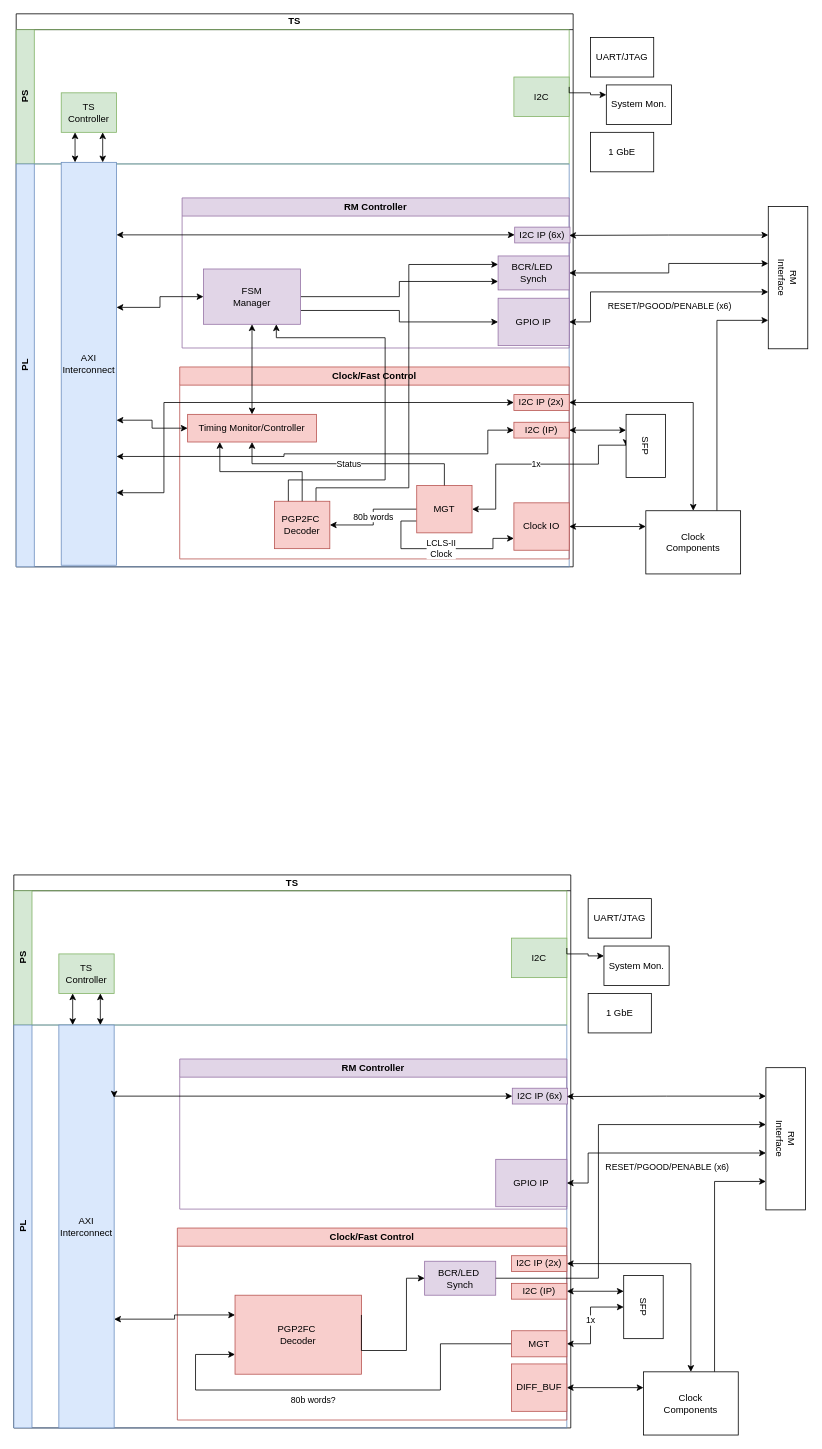
Before: zCCM_firmware.drawio in awhitbeck/drawio, a draw.io diagram. Source tidied: cells renumbered, new cells numbered last; positions are measured from the earlier drawing's top-left corner, leaving out a move shared by most shapes. Both pictures are drawn from the tidied source at 79%, with x=0, y=0 at pixel (13, 13).
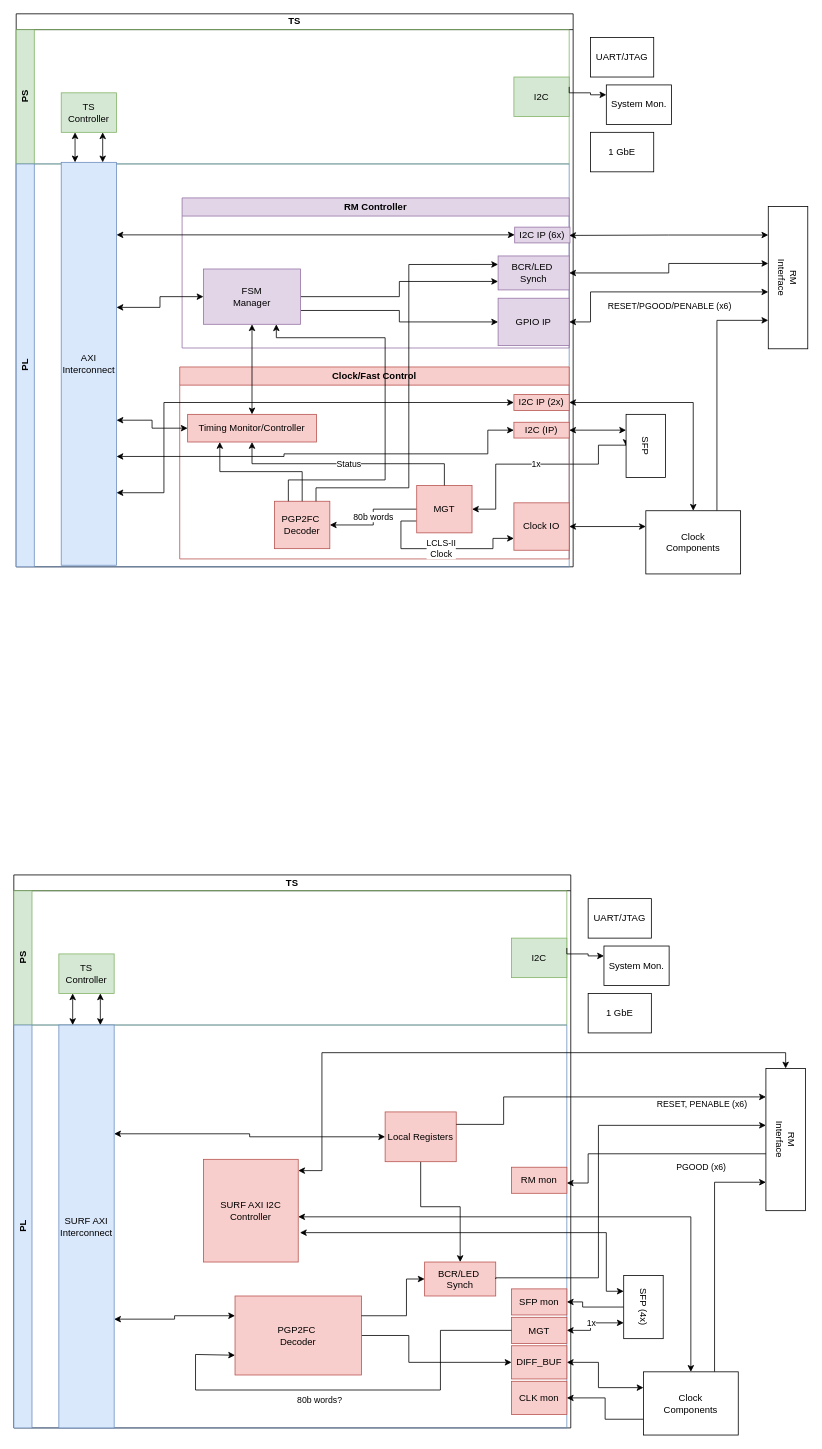
Above is the later version.

The change refers to these unchanged cells:
```xml
<mxCell id="55" value="PL" style="swimlane;horizontal=0;whiteSpace=wrap;html=1;startSize=23;fillColor=#dae8fc;strokeColor=#6c8ebf;" parent="51" vertex="1">
  <mxGeometry y="190" width="700" height="510" as="geometry" />
</mxCell>
<mxCell id="72" value="Clock&lt;br&gt;Components" style="rounded=0;whiteSpace=wrap;html=1;rotation=0;" parent="1" vertex="1">
  <mxGeometry x="797" y="1719" width="120" height="80" as="geometry" />
</mxCell>
```

The edit, as a diff of the source:
```diff
@@
-    <mxCell id="56" value="AXI&lt;br&gt;Interconnect" style="rounded=0;whiteSpace=wrap;html=1;points=[[0,0,0,0,0],[0,0.25,0,0,0],[0,0.5,0,0,0],[0,0.75,0,0,0],[0,1,0,0,0],[0.25,0,0,0,0],[0.25,1,0,0,0],[0.5,0,0,0,0],[0.5,1,0,0,0],[0.75,0,0,0,0],[0.75,1,0,0,0],[1,0,0,0,0],[1,0.09,0,0,0],[1,0.18,0,0,0],[1,0.27,0,0,0],[1,0.36,0,0,0],[1,0.45,0,0,0],[1,0.55,0,0,0],[1,0.64,0,0,0],[1,0.73,0,0,0],[1,0.82,0,0,0],[1,0.91,0,0,0],[1,1,0,0,0]];fillColor=#dae8fc;strokeColor=#6c8ebf;" parent="55" vertex="1">
+    <mxCell id="56" value="SURF AXI&lt;br&gt;Interconnect" style="rounded=0;whiteSpace=wrap;html=1;points=[[0,0,0,0,0],[0,0.25,0,0,0],[0,0.5,0,0,0],[0,0.75,0,0,0],[0,1,0,0,0],[0.25,0,0,0,0],[0.25,1,0,0,0],[0.5,0,0,0,0],[0.5,1,0,0,0],[0.75,0,0,0,0],[0.75,1,0,0,0],[1,0,0,0,0],[1,0.09,0,0,0],[1,0.18,0,0,0],[1,0.27,0,0,0],[1,0.36,0,0,0],[1,0.45,0,0,0],[1,0.55,0,0,0],[1,0.64,0,0,0],[1,0.73,0,0,0],[1,0.82,0,0,0],[1,0.91,0,0,0],[1,1,0,0,0]];fillColor=#dae8fc;strokeColor=#6c8ebf;" parent="55" vertex="1">
       <mxGeometry x="57" width="70" height="510" as="geometry" />
     </mxCell>
-    <mxCell id="57" value="RM Controller" style="swimlane;whiteSpace=wrap;html=1;shadow=0;fillColor=#e1d5e7;strokeColor=#9673a6;" parent="55" vertex="1">
-      <mxGeometry x="210" y="43" width="490" height="190" as="geometry" />
-    </mxCell>
-    <mxCell id="58" value="I2C IP (6x)" style="rounded=0;whiteSpace=wrap;html=1;fillColor=#e1d5e7;strokeColor=#9673a6;" parent="57" vertex="1">
-      <mxGeometry x="421" y="37" width="70" height="20" as="geometry" />
-    </mxCell>
-    <mxCell id="59" value="GPIO IP" style="rounded=0;whiteSpace=wrap;html=1;fillColor=#e1d5e7;strokeColor=#9673a6;" parent="57" vertex="1">
-      <mxGeometry x="400" y="127" width="90" height="60" as="geometry" />
-    </mxCell>
-    <mxCell id="60" style="edgeStyle=orthogonalEdgeStyle;rounded=0;jettySize=auto;html=1;exitX=0;exitY=0.5;exitDx=0;exitDy=0;entryX=1;entryY=0.18;entryDx=0;entryDy=0;entryPerimeter=0;startArrow=classic;startFill=1;" parent="55" edge="1" source="58" target="56">
-      <mxGeometry relative="1" as="geometry">
-        <Array as="points">
-          <mxPoint x="127" y="90" />
-        </Array>
-      </mxGeometry>
-    </mxCell>
+    <mxCell id="88" style="edgeStyle=orthogonalEdgeStyle;rounded=0;jettySize=auto;html=1;exitX=1;exitY=0.5;exitDx=0;exitDy=0;entryX=0;entryY=0.5;entryDx=0;entryDy=0;" parent="55" edge="1" source="79" target="80">
+      <mxGeometry relative="1" as="geometry">
+        <Array as="points">
+          <mxPoint x="500" y="393" />
+          <mxPoint x="500" y="427" />
+        </Array>
+      </mxGeometry>
+    </mxCell>
+    <mxCell id="79" value="PGP2FC&amp;nbsp;&lt;br&gt;Decoder" style="rounded=0;whiteSpace=wrap;html=1;fillColor=#f8cecc;strokeColor=#b85450;" parent="55" vertex="1">
+      <mxGeometry x="280" y="343" width="160" height="100" as="geometry" />
+    </mxCell>
+    <mxCell id="82" value="BCR/LED&amp;nbsp;&lt;br&gt;Synch" style="rounded=0;whiteSpace=wrap;html=1;fillColor=#f8cecc;strokeColor=#b85450;" parent="55" vertex="1">
+      <mxGeometry x="520" y="300" width="90" height="43" as="geometry" />
+    </mxCell>
+    <mxCell id="89" value="SFP mon" style="rounded=0;whiteSpace=wrap;html=1;fillColor=#f8cecc;strokeColor=#b85450;" parent="55" vertex="1">
+      <mxGeometry x="630" y="334" width="70" height="33" as="geometry" />
+    </mxCell>
+    <mxCell id="77" value="MGT" style="rounded=0;whiteSpace=wrap;html=1;fillColor=#f8cecc;strokeColor=#b85450;" parent="55" vertex="1">
+      <mxGeometry x="630" y="370" width="70" height="33" as="geometry" />
+    </mxCell>
+    <mxCell id="80" value="DIFF_BUF" style="rounded=0;whiteSpace=wrap;html=1;fillColor=#f8cecc;strokeColor=#b85450;" parent="55" vertex="1">
+      <mxGeometry x="630" y="406" width="70" height="42" as="geometry" />
+    </mxCell>
+    <mxCell id="87" style="edgeStyle=orthogonalEdgeStyle;rounded=0;jettySize=auto;html=1;exitX=0;exitY=0.25;exitDx=0;exitDy=0;entryX=1;entryY=0.73;entryDx=0;entryDy=0;entryPerimeter=0;startArrow=classic;startFill=1;" parent="55" edge="1" source="79" target="56">
+      <mxGeometry relative="1" as="geometry" />
+    </mxCell>
+    <mxCell id="83" style="edgeStyle=orthogonalEdgeStyle;rounded=0;jettySize=auto;html=1;entryX=0;entryY=0.5;entryDx=0;entryDy=0;exitX=1;exitY=0.25;exitDx=0;exitDy=0;" parent="55" edge="1" source="79" target="82">
+      <mxGeometry relative="1" as="geometry">
+        <Array as="points">
+          <mxPoint x="497" y="368" />
+          <mxPoint x="497" y="322" />
+          <mxPoint x="520" y="322" />
+        </Array>
+      </mxGeometry>
+    </mxCell>
+    <mxCell id="76" value="80b words?" style="edgeStyle=orthogonalEdgeStyle;rounded=0;jettySize=auto;html=1;exitX=0;exitY=0.5;exitDx=0;exitDy=0;entryX=0;entryY=0.75;entryDx=0;entryDy=0;" parent="55" edge="1" source="77" target="79">
+      <mxGeometry x="0.12" y="13" relative="1" as="geometry">
+        <Array as="points">
+          <mxPoint x="540" y="386" />
+          <mxPoint x="540" y="462" />
+          <mxPoint x="230" y="462" />
+          <mxPoint x="230" y="417" />
+          <mxPoint x="280" y="417" />
+        </Array>
+      </mxGeometry>
+    </mxCell>
+    <mxCell id="90" value="RM mon" style="rounded=0;whiteSpace=wrap;html=1;fillColor=#f8cecc;strokeColor=#b85450;" parent="55" vertex="1">
+      <mxGeometry x="630" y="180" width="70" height="33" as="geometry" />
+    </mxCell>
+    <mxCell id="91" style="edgeStyle=orthogonalEdgeStyle;rounded=0;jettySize=auto;html=1;exitX=0.5;exitY=1;exitDx=0;exitDy=0;entryX=0.5;entryY=0;entryDx=0;entryDy=0;" parent="55" edge="1" source="92" target="82">
+      <mxGeometry relative="1" as="geometry">
+        <Array as="points">
+          <mxPoint x="515" y="230" />
+          <mxPoint x="565" y="230" />
+        </Array>
+      </mxGeometry>
+    </mxCell>
+    <mxCell id="92" value="Local Registers" style="rounded=0;whiteSpace=wrap;html=1;fillColor=#f8cecc;strokeColor=#b85450;" parent="55" vertex="1">
+      <mxGeometry x="470" y="110" width="90" height="63" as="geometry" />
+    </mxCell>
+    <mxCell id="93" style="edgeStyle=orthogonalEdgeStyle;rounded=0;jettySize=auto;html=1;exitX=0;exitY=0.5;exitDx=0;exitDy=0;entryX=1;entryY=0.27;entryDx=0;entryDy=0;entryPerimeter=0;startArrow=classic;startFill=1;" parent="55" edge="1" source="92" target="56">
+      <mxGeometry relative="1" as="geometry" />
+    </mxCell>
+    <mxCell id="94" value="CLK mon" style="rounded=0;whiteSpace=wrap;html=1;fillColor=#f8cecc;strokeColor=#b85450;" parent="55" vertex="1">
+      <mxGeometry x="630" y="451" width="70" height="42" as="geometry" />
+    </mxCell>
+    <mxCell id="95" value="SURF AXI I2C &lt;br&gt;Controller" style="rounded=0;whiteSpace=wrap;html=1;fillColor=#f8cecc;strokeColor=#b85450;points=[[0,0,0,0,0],[0,0.25,0,0,0],[0,0.5,0,0,0],[0,0.75,0,0,0],[0,1,0,0,0],[0.25,0,0,0,0],[0.25,1,0,0,0],[0.5,0,0,0,0],[0.5,1,0,0,0],[0.75,0,0,0,0],[0.75,1,0,0,0],[1,0,0,0,0],[1,0.11,0,0,0],[1,0.22,0,0,0],[1,0.33,0,0,0],[1,0.44,0,0,0],[1,0.56,0,0,0],[1,0.67,0,0,0],[1,0.78,0,0,0],[1,0.89,0,0,0],[1,1,0,0,0]];" parent="55" vertex="1">
+      <mxGeometry x="240" y="170" width="120" height="130" as="geometry" />
+    </mxCell>
@@
-    <mxCell id="63" style="edgeStyle=orthogonalEdgeStyle;rounded=0;jettySize=auto;html=1;exitX=0.2;exitY=1;exitDx=0;exitDy=0;exitPerimeter=0;entryX=1;entryY=0.25;entryDx=0;entryDy=0;startArrow=classic;startFill=1;" parent="1" edge="1" source="64" target="57">
-      <mxGeometry relative="1" as="geometry" />
+    <mxCell id="63" style="edgeStyle=orthogonalEdgeStyle;rounded=0;jettySize=auto;html=1;exitX=0;exitY=0.5;exitDx=0;exitDy=0;exitPerimeter=0;entryX=1;entryY=0.11;entryDx=0;entryDy=0;startArrow=classic;startFill=1;entryPerimeter=0;" parent="1" edge="1" source="64" target="95">
+      <mxGeometry relative="1" as="geometry">
+        <Array as="points">
+          <mxPoint x="977" y="1315" />
+          <mxPoint x="390" y="1315" />
+          <mxPoint x="390" y="1464" />
+        </Array>
+      </mxGeometry>
     </mxCell>
     <mxCell id="64" value="RM&lt;br&gt;Interface" style="rounded=0;whiteSpace=wrap;html=1;rotation=90;points=[[0,0,0,0,0],[0,0.2,0,0,0],[0,0.25,0,0,0],[0,0.4,0,0,0],[0,0.5,0,0,0],[0,0.6,0,0,0],[0,0.75,0,0,0],[0,0.8,0,0,0],[0,1,0,0,0],[0.2,1,0,0,0],[0.25,0,0,0,0],[0.4,1,0,0,0],[0.5,0,0,0,0],[0.6,1,0,0,0],[0.75,0,0,0,0],[0.8,1,0,0,0],[1,0,0,0,0],[1,0.25,0,0,0],[1,0.5,0,0,0],[1,0.75,0,0,0],[1,1,0,0,0]];" parent="1" vertex="1">
-      <mxGeometry x="887" y="1399" width="180" height="50" as="geometry" />
+      <mxGeometry x="887" y="1400" width="180" height="50" as="geometry" />
     </mxCell>
-    <mxCell id="65" value="1x" style="edgeStyle=orthogonalEdgeStyle;rounded=0;jettySize=auto;html=1;exitX=0.5;exitY=1;exitDx=0;exitDy=0;entryX=1;entryY=0.5;entryDx=0;entryDy=0;startArrow=classic;startFill=1;" parent="1" edge="1" source="67" target="77">
+    <mxCell id="65" value="1x" style="edgeStyle=orthogonalEdgeStyle;rounded=0;jettySize=auto;html=1;exitX=0.75;exitY=1;exitDx=0;exitDy=0;entryX=1;entryY=0.5;entryDx=0;entryDy=0;startArrow=classic;startFill=1;" parent="1" edge="1" source="67" target="77">
       <mxGeometry relative="1" as="geometry">
         <Array as="points">
-          <mxPoint x="730" y="1637" />
-          <mxPoint x="730" y="1683" />
+          <mxPoint x="730" y="1657" />
+          <mxPoint x="730" y="1667" />
+          <mxPoint x="700" y="1667" />
         </Array>
       </mxGeometry>
     </mxCell>
-    <mxCell id="66" style="edgeStyle=orthogonalEdgeStyle;rounded=0;jettySize=auto;html=1;exitX=0.25;exitY=1;exitDx=0;exitDy=0;entryX=1;entryY=0.5;entryDx=0;entryDy=0;startArrow=classic;startFill=1;" parent="1" edge="1" source="67" target="78">
-      <mxGeometry relative="1" as="geometry" />
+    <mxCell id="66" style="edgeStyle=orthogonalEdgeStyle;rounded=0;jettySize=auto;html=1;exitX=0.25;exitY=1;exitDx=0;exitDy=0;entryX=1.018;entryY=0.714;entryDx=0;entryDy=0;startArrow=classic;startFill=1;entryPerimeter=0;" parent="1" edge="1" source="67" target="95">
+      <mxGeometry relative="1" as="geometry">
+        <Array as="points">
+          <mxPoint x="750" y="1617" />
+          <mxPoint x="750" y="1543" />
+        </Array>
+      </mxGeometry>
     </mxCell>
+    <mxCell id="96" style="edgeStyle=orthogonalEdgeStyle;rounded=0;jettySize=auto;html=1;exitX=0.5;exitY=1;exitDx=0;exitDy=0;entryX=1;entryY=0.5;entryDx=0;entryDy=0;" parent="1" edge="1" source="67" target="89">
+      <mxGeometry relative="1" as="geometry">
+        <Array as="points">
+          <mxPoint x="720" y="1637" />
+          <mxPoint x="720" y="1630" />
+          <mxPoint x="700" y="1630" />
+        </Array>
+      </mxGeometry>
+    </mxCell>
-    <mxCell id="67" value="SFP" style="rounded=0;whiteSpace=wrap;html=1;rotation=90;" parent="1" vertex="1">
+    <mxCell id="67" value="SFP (4x)" style="rounded=0;whiteSpace=wrap;html=1;rotation=90;" parent="1" vertex="1">
       <mxGeometry x="757" y="1612" width="80" height="50" as="geometry" />
     </mxCell>
@@
-    <mxCell id="69" style="edgeStyle=orthogonalEdgeStyle;rounded=0;jettySize=auto;html=1;exitX=0.5;exitY=0;exitDx=0;exitDy=0;entryX=1;entryY=0.5;entryDx=0;entryDy=0;startArrow=classic;startFill=1;" parent="1" edge="1" source="72" target="81">
+    <mxCell id="69" style="edgeStyle=orthogonalEdgeStyle;rounded=0;jettySize=auto;html=1;exitX=0.5;exitY=0;exitDx=0;exitDy=0;entryX=1;entryY=0.56;entryDx=0;entryDy=0;startArrow=classic;startFill=1;entryPerimeter=0;" parent="1" edge="1" source="72" target="95">
       <mxGeometry relative="1" as="geometry">
         <Array as="points">
-          <mxPoint x="857" y="1582" />
+          <mxPoint x="857" y="1523" />
         </Array>
       </mxGeometry>
     </mxCell>
     <mxCell id="70" style="edgeStyle=orthogonalEdgeStyle;rounded=0;jettySize=auto;html=1;exitX=0;exitY=0.25;exitDx=0;exitDy=0;entryX=1;entryY=0.5;entryDx=0;entryDy=0;startArrow=classic;startFill=1;" parent="1" edge="1" source="72" target="80">
       <mxGeometry relative="1" as="geometry">
         <Array as="points">
-          <mxPoint x="797" y="1739" />
+          <mxPoint x="740" y="1739" />
+          <mxPoint x="740" y="1707" />
         </Array>
       </mxGeometry>
     </mxCell>
     <mxCell id="71" style="edgeStyle=orthogonalEdgeStyle;rounded=0;jettySize=auto;html=1;exitX=0.75;exitY=0;exitDx=0;exitDy=0;entryX=0.8;entryY=1;entryDx=0;entryDy=0;entryPerimeter=0;" parent="1" edge="1" source="72" target="64">
       <mxGeometry relative="1" as="geometry">
         <Array as="points">
-          <mxPoint x="887" y="1478" />
+          <mxPoint x="887" y="1479" />
         </Array>
       </mxGeometry>
     </mxCell>
+    <mxCell id="97" style="edgeStyle=orthogonalEdgeStyle;rounded=0;jettySize=auto;html=1;exitX=0;exitY=0.75;exitDx=0;exitDy=0;entryX=1;entryY=0.5;entryDx=0;entryDy=0;" parent="1" edge="1" source="72" target="94">
+      <mxGeometry relative="1" as="geometry" />
+    </mxCell>
@@
-    <mxCell id="75" value="Clock/Fast Control" style="swimlane;whiteSpace=wrap;html=1;fillColor=#f8cecc;strokeColor=#b85450;" parent="1" vertex="1">
-      <mxGeometry x="207" y="1537" width="493" height="243" as="geometry" />
-    </mxCell>
-    <mxCell id="76" value="80b words?" style="edgeStyle=orthogonalEdgeStyle;rounded=0;jettySize=auto;html=1;exitX=0;exitY=0.5;exitDx=0;exitDy=0;entryX=0;entryY=0.75;entryDx=0;entryDy=0;" parent="75" edge="1" source="77" target="79">
-      <mxGeometry x="0.12" y="13" relative="1" as="geometry">
-        <Array as="points">
-          <mxPoint x="333" y="147" />
-          <mxPoint x="333" y="205" />
-          <mxPoint x="23" y="205" />
-          <mxPoint x="23" y="160" />
-        </Array>
-      </mxGeometry>
-    </mxCell>
-    <mxCell id="77" value="MGT" style="rounded=0;whiteSpace=wrap;html=1;fillColor=#f8cecc;strokeColor=#b85450;" parent="75" vertex="1">
-      <mxGeometry x="423" y="130" width="70" height="33" as="geometry" />
-    </mxCell>
-    <mxCell id="78" value="I2C (IP)" style="rounded=0;whiteSpace=wrap;html=1;fillColor=#f8cecc;strokeColor=#b85450;" parent="75" vertex="1">
-      <mxGeometry x="423" y="70" width="70" height="20" as="geometry" />
-    </mxCell>
-    <mxCell id="79" value="PGP2FC&amp;nbsp;&lt;br&gt;Decoder" style="rounded=0;whiteSpace=wrap;html=1;fillColor=#f8cecc;strokeColor=#b85450;" parent="75" vertex="1">
-      <mxGeometry x="73" y="85" width="160" height="100" as="geometry" />
-    </mxCell>
-    <mxCell id="80" value="DIFF_BUF" style="rounded=0;whiteSpace=wrap;html=1;fillColor=#f8cecc;strokeColor=#b85450;" parent="75" vertex="1">
-      <mxGeometry x="423" y="172" width="70" height="60" as="geometry" />
-    </mxCell>
-    <mxCell id="81" value="I2C IP (2x)" style="rounded=0;whiteSpace=wrap;html=1;fillColor=#f8cecc;strokeColor=#b85450;" parent="75" vertex="1">
-      <mxGeometry x="423" y="35" width="70" height="20" as="geometry" />
-    </mxCell>
-    <mxCell id="82" value="BCR/LED&amp;nbsp;&lt;br&gt;Synch" style="rounded=0;whiteSpace=wrap;html=1;fillColor=#e1d5e7;strokeColor=#9673a6;" parent="75" vertex="1">
-      <mxGeometry x="313" y="42" width="90" height="43" as="geometry" />
-    </mxCell>
-    <mxCell id="83" style="edgeStyle=orthogonalEdgeStyle;rounded=0;jettySize=auto;html=1;entryX=0;entryY=0.5;entryDx=0;entryDy=0;exitX=1;exitY=0.25;exitDx=0;exitDy=0;" parent="75" edge="1" source="79" target="82">
-      <mxGeometry relative="1" as="geometry">
-        <Array as="points">
-          <mxPoint x="290" y="155" />
-          <mxPoint x="290" y="63" />
-          <mxPoint x="313" y="63" />
-        </Array>
-      </mxGeometry>
-    </mxCell>
@@
-    <mxCell id="85" value="RESET/PGOOD/PENABLE (x6)" style="edgeStyle=orthogonalEdgeStyle;rounded=0;jettySize=auto;html=1;exitX=1;exitY=0.5;exitDx=0;exitDy=0;entryX=0.6;entryY=1;entryDx=0;entryDy=0;startArrow=classic;startFill=1;entryPerimeter=0;" parent="1" edge="1" source="59" target="64">
-      <mxGeometry x="0.14" y="-18" relative="1" as="geometry">
+    <mxCell id="85" value="PGOOD (x6)" style="edgeStyle=orthogonalEdgeStyle;rounded=0;jettySize=auto;html=1;exitX=1;exitY=0.5;exitDx=0;exitDy=0;entryX=0.6;entryY=1;entryDx=0;entryDy=0;startArrow=classic;startFill=1;entryPerimeter=0;endArrow=none;endFill=0;" parent="1" edge="1" target="64">
+      <mxGeometry x="0.43" y="-17" relative="1" as="geometry">
+        <mxPoint x="700" y="1480" as="sourcePoint" />
         <Array as="points">
           <mxPoint x="727" y="1480" />
-          <mxPoint x="727" y="1442" />
+          <mxPoint x="727" y="1443" />
         </Array>
       </mxGeometry>
     </mxCell>
     <mxCell id="86" style="edgeStyle=orthogonalEdgeStyle;rounded=0;jettySize=auto;html=1;exitX=1;exitY=0.5;exitDx=0;exitDy=0;entryX=0.4;entryY=1;entryDx=0;entryDy=0;startArrow=none;startFill=0;entryPerimeter=0;" parent="1" edge="1" source="82" target="64">
       <mxGeometry relative="1" as="geometry">
         <Array as="points">
+          <mxPoint x="610" y="1600" />
           <mxPoint x="740" y="1600" />
-          <mxPoint x="740" y="1406" />
+          <mxPoint x="740" y="1407" />
         </Array>
       </mxGeometry>
     </mxCell>
-    <mxCell id="87" style="edgeStyle=orthogonalEdgeStyle;rounded=0;jettySize=auto;html=1;exitX=0;exitY=0.25;exitDx=0;exitDy=0;entryX=1;entryY=0.73;entryDx=0;entryDy=0;entryPerimeter=0;startArrow=classic;startFill=1;" parent="1" edge="1" source="79" target="56">
-      <mxGeometry relative="1" as="geometry" />
-    </mxCell>
+    <mxCell id="98" value="RESET, PENABLE (x6)" style="edgeStyle=orthogonalEdgeStyle;rounded=0;jettySize=auto;html=1;exitX=1;exitY=0.25;exitDx=0;exitDy=0;entryX=0.2;entryY=1;entryDx=0;entryDy=0;entryPerimeter=0;" parent="1" edge="1" source="92">
+      <mxGeometry x="0.62" y="-9" relative="1" as="geometry">
+        <mxPoint x="952" y="1371" as="targetPoint" />
+        <Array as="points">
+          <mxPoint x="620" y="1406" />
+          <mxPoint x="620" y="1371" />
+        </Array>
+      </mxGeometry>
+    </mxCell>
```
